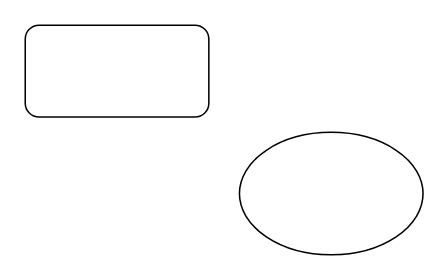
This is Test Diagram.drawio from sudiptobd/diagrams, a draw.io file, before an edit. Source tidied: cells renumbered, new cells numbered last; positions are measured from the earlier drawing's top-left corner, leaving out a move shared by most shapes. Both pictures are drawn from the tidied source at 153%, with x=0, y=0 at pixel (24, 24).
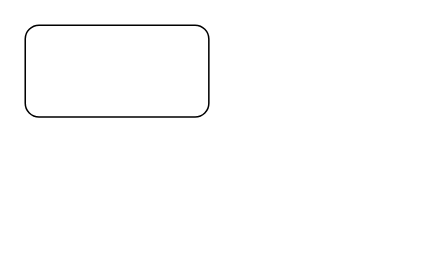
Above is the later version.

Diff of the diagram source:
```diff
@@
 <mxGraphModel>
   <root>
     <mxCell id="0" />
     <mxCell id="1" parent="0" />
     <mxCell id="2" style="rounded=1;whiteSpace=wrap;html=1;" parent="1" vertex="1">
       <mxGeometry width="120" height="60" as="geometry" />
     </mxCell>
-    <mxCell id="3" style="ellipse;whiteSpace=wrap;html=1;" parent="1" vertex="1">
-      <mxGeometry x="140" y="70" width="120" height="80" as="geometry" />
-    </mxCell>
   </root>
 </mxGraphModel>
```
